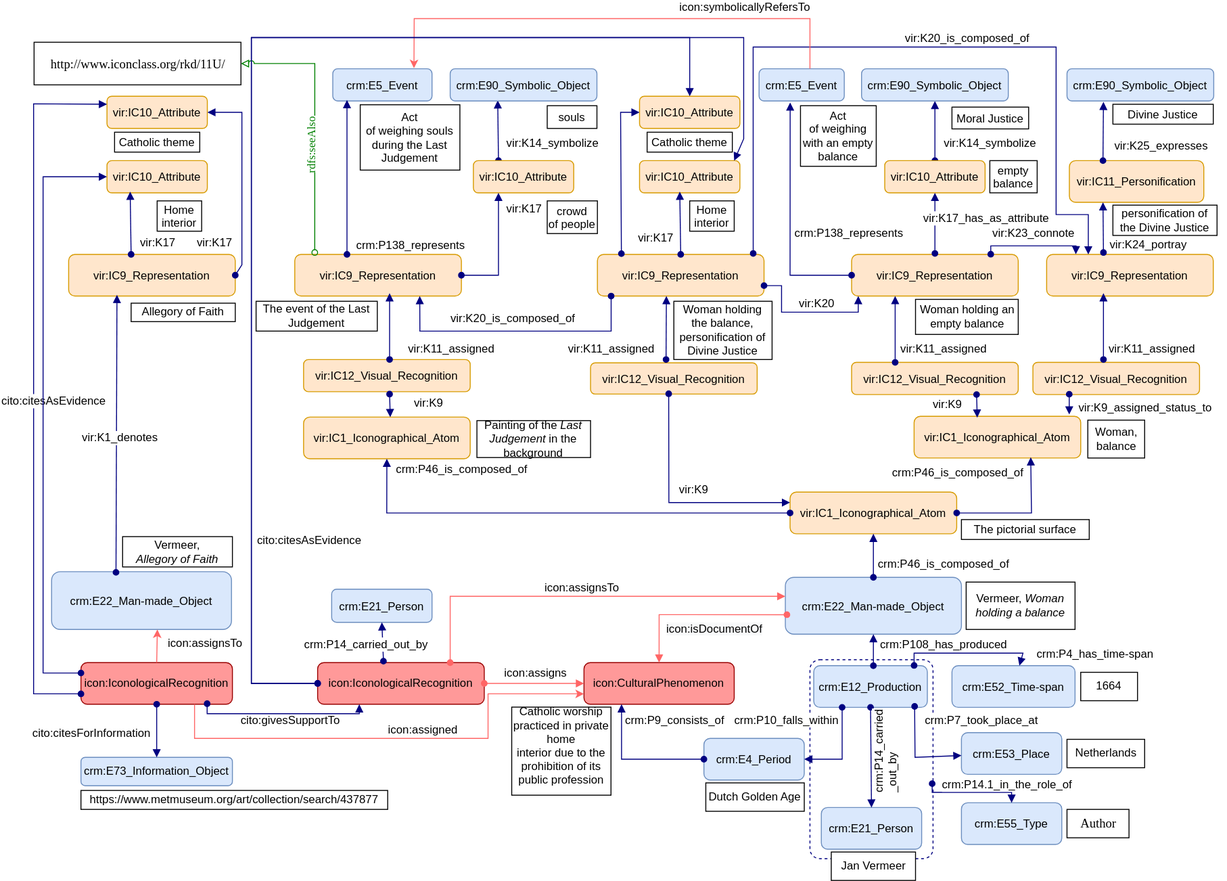
SofiBar/Icon keeps this draw.io diagram as images/article_schemes_new/Vermeer-1.svg. Above is the earlier version. Source tidied: cells renumbered, new cells last; positions are measured from the earlier drawing's top-left corner, leaving out a move shared by most shapes.
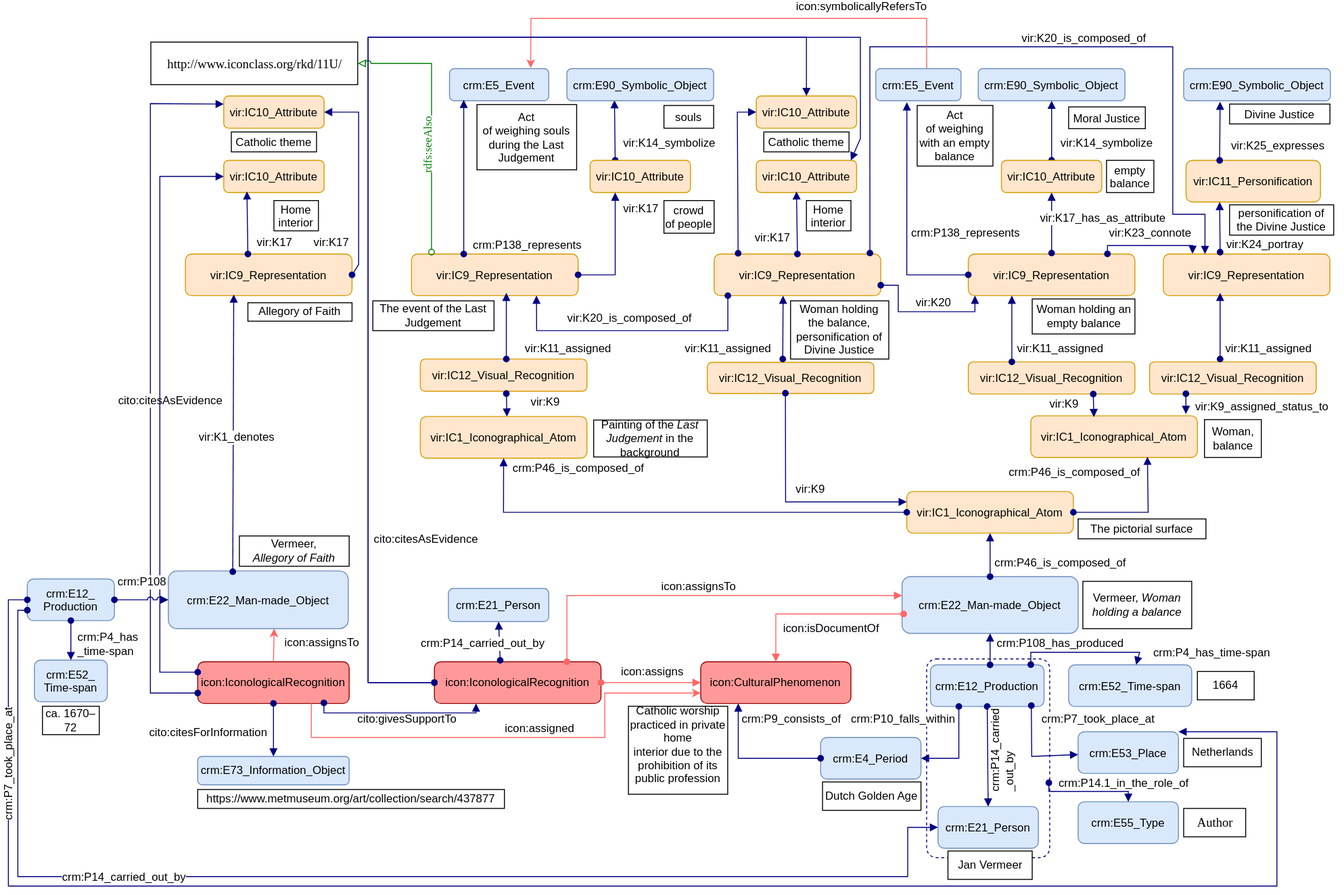
Above is the later version.

Change to the diagram source:
```diff
@@ -676,5 +676,54 @@
         <mxPoint x="1130" y="101" as="targetPoint" />
       </mxGeometry>
     </mxCell>
+    <mxCell id="164" value="crm:E12_&#10;Production" style="graphMlID=n4;shape=rect;rounded=1;arcsize=30;fillColor=#dae8fc;strokeColor=#6c8ebf;strokeWidth=1.0;fontFamily=Helvetica;fontSize=12;" parent="1" vertex="1">
+      <mxGeometry x="-130" y="605.5" width="92" height="44" as="geometry" />
+    </mxCell>
+    <mxCell id="165" style="graphMlID=e0;rounded=0;endArrow=block;strokeColor=#000080;strokeWidth=1.0;startArrow=oval;startFill=1;endFill=1;entryX=0;entryY=0.5;entryDx=0;entryDy=0;fontFamily=Helvetica;fontSize=12;exitX=1;exitY=0.5;exitDx=0;exitDy=0;jumpStyle=arc;" parent="1" edge="1" source="164" target="52">
+      <mxGeometry relative="1" as="geometry" />
+    </mxCell>
+    <mxCell id="166" value="&lt;p style=&quot;margin-top: 0pt ; margin-bottom: 0pt ; margin-left: 0in ; text-align: left ; direction: ltr ; unicode-bidi: embed ; word-break: normal ; font-size: 12px&quot;&gt;&lt;font style=&quot;font-size: 12px&quot;&gt;crm:P108&lt;/font&gt;&lt;/p&gt;" style="text;html=1;align=center;verticalAlign=middle;labelBackgroundColor=#ffffff;rotation=0;fontFamily=Helvetica;fontSize=12;" parent="165" vertex="1">
+      <mxGeometry x="-0.02" y="2" relative="1" as="geometry">
+        <mxPoint y="-17.5" as="offset" />
+      </mxGeometry>
+    </mxCell>
+    <mxCell id="167" value="crm:E52_&#10;Time-span" style="graphMlID=n4;shape=rect;rounded=1;arcsize=30;fillColor=#dae8fc;strokeColor=#6c8ebf;strokeWidth=1.0;fontFamily=Helvetica;fontSize=12;" parent="1" vertex="1">
+      <mxGeometry x="-122.5" y="691.2" width="77" height="44" as="geometry" />
+    </mxCell>
+    <mxCell id="168" value="&lt;p style=&quot;margin-top: 0pt ; margin-bottom: 0pt ; margin-left: 0in ; direction: ltr ; unicode-bidi: embed ; word-break: normal&quot;&gt;ca. 1670–72&lt;br&gt;&lt;/p&gt;" style="rounded=0;whiteSpace=wrap;html=1;labelBackgroundColor=none;fillColor=#FFFFFF;fontFamily=Helvetica;fontSize=12;" parent="1" vertex="1">
+      <mxGeometry x="-114" y="740" width="60" height="30" as="geometry" />
+    </mxCell>
+    <mxCell id="169" style="graphMlID=e0;rounded=0;endArrow=block;strokeColor=#000080;strokeWidth=1.0;startArrow=oval;startFill=1;endFill=1;fontFamily=Helvetica;fontSize=12;exitX=0.5;exitY=1;exitDx=0;exitDy=0;" parent="1" edge="1" source="164" target="167">
+      <mxGeometry relative="1" as="geometry" />
+    </mxCell>
+    <mxCell id="170" value="&lt;p style=&quot;margin-top: 0pt ; margin-bottom: 0pt ; margin-left: 0in ; text-align: left ; direction: ltr ; unicode-bidi: embed ; word-break: normal ; font-size: 12px&quot;&gt;&lt;font style=&quot;font-size: 12px&quot;&gt;crm:P4_has&lt;/font&gt;&lt;/p&gt;&lt;p style=&quot;margin-top: 0pt ; margin-bottom: 0pt ; margin-left: 0in ; text-align: left ; direction: ltr ; unicode-bidi: embed ; word-break: normal ; font-size: 12px&quot;&gt;&lt;font style=&quot;font-size: 12px&quot;&gt;_time-span&lt;/font&gt;&lt;/p&gt;" style="text;html=1;align=center;verticalAlign=middle;labelBackgroundColor=#ffffff;fontFamily=Helvetica;fontSize=12;" parent="1" vertex="1">
+      <mxGeometry x="-45.5" y="673" as="geometry" />
+    </mxCell>
+    <mxCell id="171" style="graphMlID=e0;rounded=0;endArrow=block;strokeColor=#000080;strokeWidth=1.0;startArrow=oval;startFill=1;endFill=1;exitX=0;exitY=0.5;exitDx=0;exitDy=0;fontFamily=Helvetica;fontSize=12;entryX=1;entryY=0;entryDx=0;entryDy=0;edgeStyle=orthogonalEdgeStyle;" parent="1" edge="1" source="164" target="48">
+      <mxGeometry relative="1" as="geometry">
+        <Array as="points">
+          <mxPoint x="-150" y="628" />
+          <mxPoint x="-150" y="930" />
+          <mxPoint x="1190" y="930" />
+          <mxPoint x="1190" y="767" />
+        </Array>
+      </mxGeometry>
+    </mxCell>
+    <mxCell id="172" value="&lt;span style=&quot;font-size: 12px ; text-align: left&quot;&gt;crm:P7_took_place_at&lt;/span&gt;" style="edgeLabel;html=1;align=center;verticalAlign=middle;rotation=-90;" parent="171" vertex="1">
+      <mxGeometry x="-0.8" relative="1" as="geometry" />
+    </mxCell>
+    <mxCell id="173" style="graphMlID=e0;rounded=0;endArrow=block;strokeColor=#000080;strokeWidth=1.0;startArrow=oval;startFill=1;endFill=1;exitX=0;exitY=0.75;exitDx=0;exitDy=0;fontFamily=Helvetica;fontSize=12;entryX=0;entryY=0.5;entryDx=0;entryDy=0;edgeStyle=orthogonalEdgeStyle;" parent="1" edge="1" source="164" target="44">
+      <mxGeometry relative="1" as="geometry">
+        <Array as="points">
+          <mxPoint x="-140" y="639" />
+          <mxPoint x="-140" y="920" />
+          <mxPoint x="800" y="920" />
+          <mxPoint x="800" y="868" />
+        </Array>
+      </mxGeometry>
+    </mxCell>
+    <mxCell id="174" value="&lt;p style=&quot;font-size: 12px ; margin-top: 0pt ; margin-bottom: 0pt ; margin-left: 0in ; text-align: left ; direction: ltr ; unicode-bidi: embed ; word-break: normal&quot;&gt;crm:P14_carried_out_by&lt;/p&gt;" style="edgeLabel;html=1;align=center;verticalAlign=middle;" parent="173" vertex="1">
+      <mxGeometry x="-0.39" relative="1" as="geometry" />
+    </mxCell>
   </root>
 </mxGraphModel>
```
